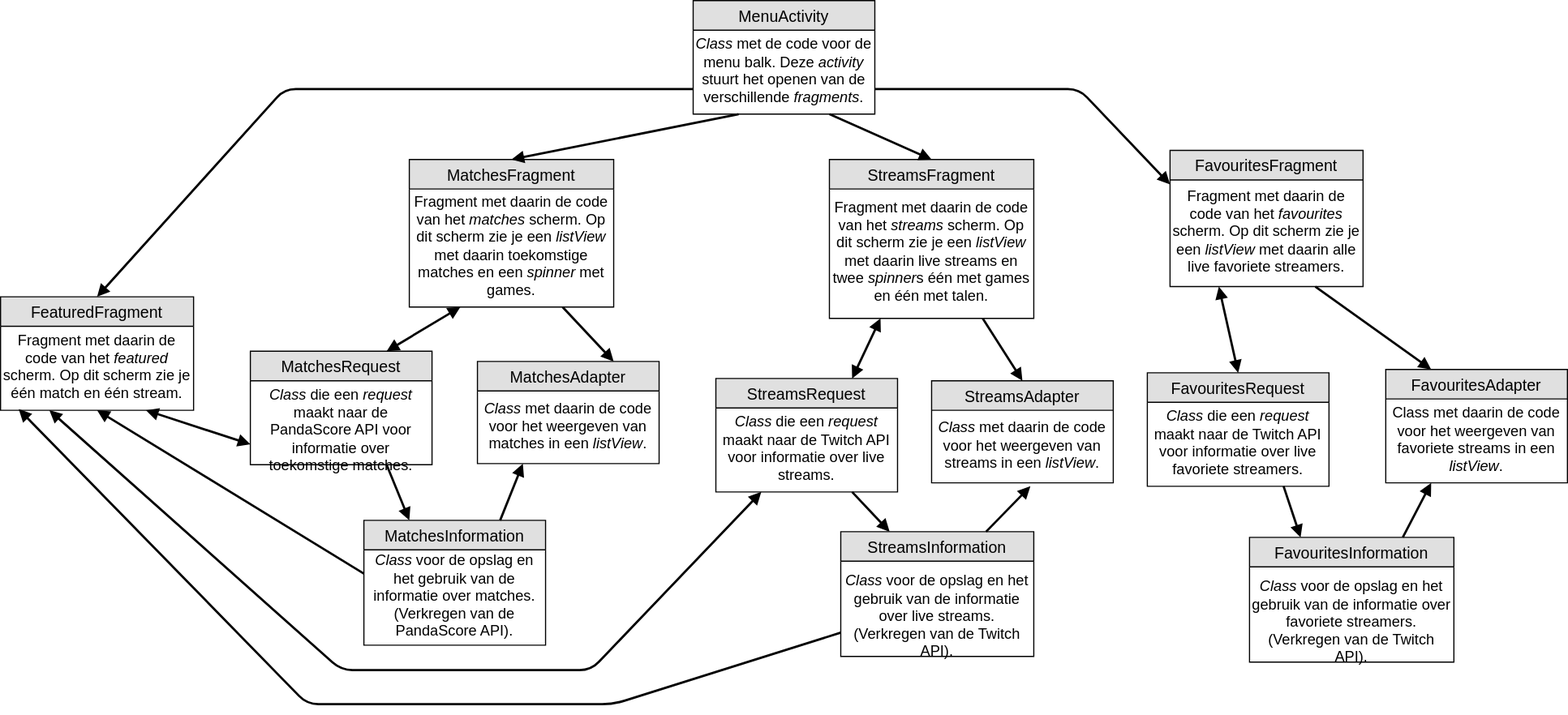
Before: doc/Technical_design.svg, a diagram exported from draw.io (10810765/Programmeerproject). Source tidied: cells renumbered, new cells last; positions are measured from the earlier drawing's top-left corner, leaving out a move shared by most shapes.
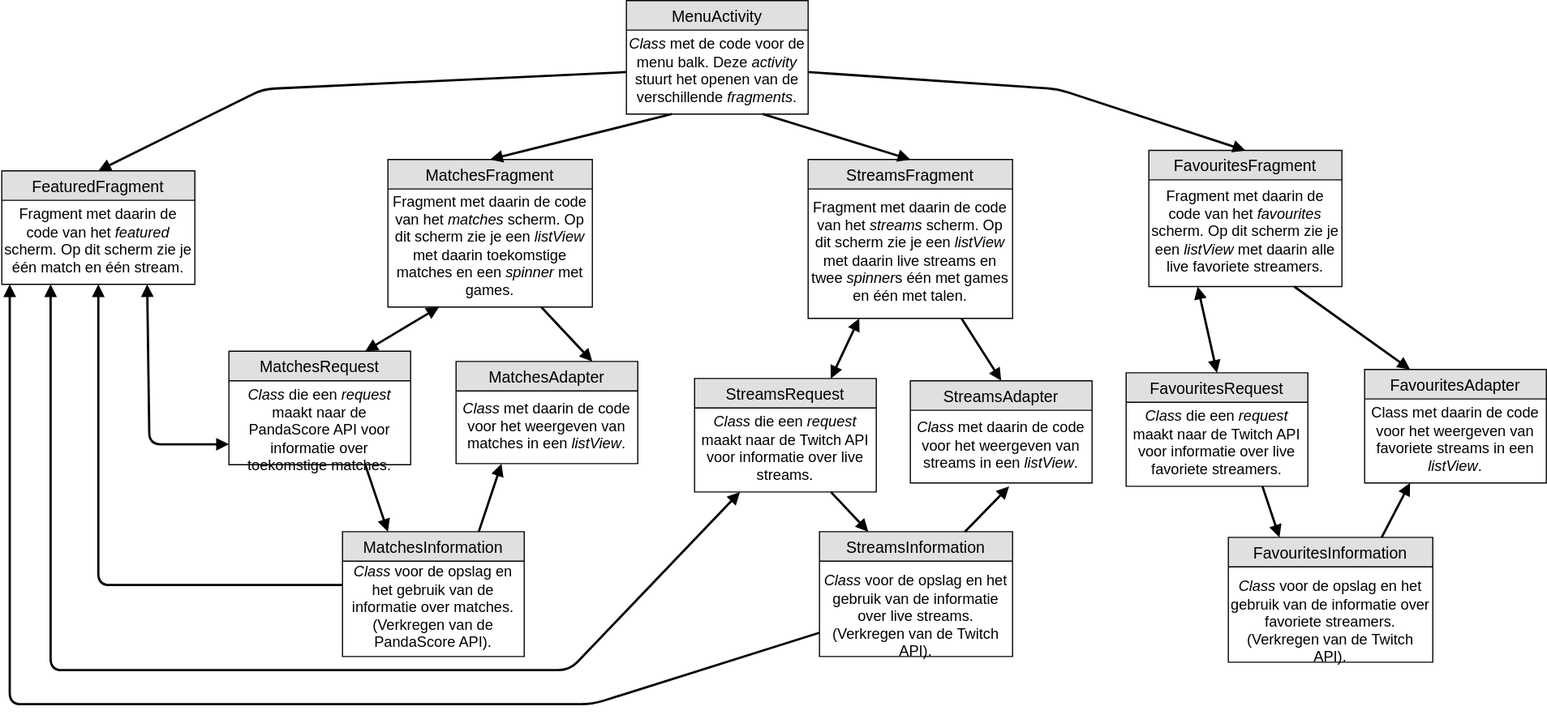
After the change.

What changed in the source:
```diff
@@ -27,7 +27,7 @@
       <mxGeometry y="26" width="160" height="64" as="geometry" />
     </mxCell>
     <mxCell id="10" value="MenuActivity" style="swimlane;fontStyle=0;horizontal=1;startSize=26;fillColor=#e0e0e0;swimlaneFillColor=#ffffff;align=center;fontSize=14;" parent="1" vertex="1">
-      <mxGeometry x="610" width="160" height="100" as="geometry" />
+      <mxGeometry x="570" width="160" height="100" as="geometry" />
     </mxCell>
     <mxCell id="11" value="&lt;i style=&quot;font-size: 13px;&quot;&gt;Class&lt;/i&gt; met de code voor de menu balk. Deze &lt;i style=&quot;font-size: 13px;&quot;&gt;activity &lt;/i&gt;stuurt het openen van de verschillende &lt;i style=&quot;font-size: 13px;&quot;&gt;fragments&lt;/i&gt;." style="text;html=1;strokeColor=none;fillColor=none;align=center;verticalAlign=middle;whiteSpace=wrap;rounded=0;spacingTop=-1;spacingLeft=1;spacingRight=1;fontSize=13;" parent="10" vertex="1">
       <mxGeometry y="26" width="160" height="74" as="geometry" />
@@ -39,7 +39,7 @@
       <mxGeometry y="26" width="160" height="74" as="geometry" />
     </mxCell>
     <mxCell id="14" value="MatchesInformation" style="swimlane;fontStyle=0;horizontal=1;startSize=26;fillColor=#e0e0e0;swimlaneFillColor=#ffffff;align=center;fontSize=14;" parent="1" vertex="1">
-      <mxGeometry x="320" y="458" width="160" height="110" as="geometry" />
+      <mxGeometry x="320" y="468" width="160" height="110" as="geometry" />
     </mxCell>
     <mxCell id="15" value="&lt;i style=&quot;font-size: 13px;&quot;&gt;Class&lt;/i&gt; voor de opslag en het gebruik van de informatie over matches. (Verkregen van de PandaScore API)." style="text;html=1;strokeColor=none;fillColor=none;align=center;verticalAlign=middle;whiteSpace=wrap;rounded=0;fontSize=13;" parent="14" vertex="1">
       <mxGeometry y="26" width="160" height="84" as="geometry" />
@@ -57,7 +57,7 @@
       <mxGeometry y="26" width="160" height="64" as="geometry" />
     </mxCell>
     <mxCell id="20" value="FeaturedFragment" style="swimlane;fontStyle=0;horizontal=1;startSize=26;fillColor=#e0e0e0;swimlaneFillColor=#ffffff;align=center;fontSize=14;" parent="1" vertex="1">
-      <mxGeometry y="261" width="170" height="100" as="geometry" />
+      <mxGeometry x="20" y="150" width="170" height="100" as="geometry" />
     </mxCell>
     <mxCell id="21" value="Fragment met daarin de code van het &lt;i style=&quot;font-size: 13px;&quot;&gt;featured&lt;/i&gt; scherm. Op dit scherm zie je één match en één stream." style="text;html=1;strokeColor=none;fillColor=none;align=center;verticalAlign=middle;whiteSpace=wrap;rounded=0;fontSize=13;" parent="20" vertex="1">
       <mxGeometry y="26" width="170" height="74" as="geometry" />
@@ -89,9 +89,8 @@
     <mxCell id="30" style="endArrow=none;html=1;exitX=0.5;exitY=0;exitDx=0;exitDy=0;startArrow=block;startFill=1;endFill=0;entryX=0.25;entryY=1;entryDx=0;entryDy=0;strokeWidth=2;" parent="1" edge="1" source="16" target="10">
       <mxGeometry relative="1" as="geometry" />
     </mxCell>
-    <mxCell id="31" style="endArrow=none;html=1;exitX=0.5;exitY=0;exitDx=0;exitDy=0;entryX=0;entryY=0.5;entryDx=0;entryDy=0;startArrow=block;startFill=1;endFill=0;strokeWidth=2;" parent="1" edge="1" source="20">
+    <mxCell id="31" style="endArrow=none;html=1;exitX=0.5;exitY=0;exitDx=0;exitDy=0;entryX=0;entryY=0.5;entryDx=0;entryDy=0;startArrow=block;startFill=1;endFill=0;strokeWidth=2;" parent="1" edge="1" source="20" target="11">
       <mxGeometry relative="1" as="geometry">
-        <mxPoint x="610" y="78" as="targetPoint" />
         <Array as="points">
           <mxPoint x="250" y="78" />
         </Array>
@@ -100,9 +99,8 @@
     <mxCell id="32" style="endArrow=none;html=1;exitX=0.5;exitY=0;exitDx=0;exitDy=0;startArrow=block;startFill=1;endFill=0;entryX=0.75;entryY=1;entryDx=0;entryDy=0;strokeWidth=2;" parent="1" edge="1" source="6" target="10">
       <mxGeometry relative="1" as="geometry" />
     </mxCell>
-    <mxCell id="33" style="endArrow=none;html=1;entryX=1;entryY=0.5;entryDx=0;entryDy=0;endFill=0;startArrow=block;startFill=1;exitX=0;exitY=0.25;exitDx=0;exitDy=0;strokeWidth=2;" parent="1" edge="1" source="26">
+    <mxCell id="33" style="endArrow=none;html=1;entryX=1;entryY=0.5;entryDx=0;entryDy=0;endFill=0;startArrow=block;startFill=1;exitX=0.5;exitY=0;exitDx=0;exitDy=0;strokeWidth=2;" parent="1" edge="1" source="26" target="11">
       <mxGeometry relative="1" as="geometry">
-        <mxPoint x="770" y="78" as="targetPoint" />
         <Array as="points">
           <mxPoint x="950" y="78" />
         </Array>
@@ -138,13 +136,18 @@
       <mxGeometry relative="1" as="geometry" />
     </mxCell>
     <mxCell id="43" style="endArrow=block;html=1;entryX=0.75;entryY=1;entryDx=0;entryDy=0;exitX=0;exitY=0.75;exitDx=0;exitDy=0;endFill=1;startArrow=block;startFill=1;strokeWidth=2;" parent="1" edge="1" source="13" target="21">
-      <mxGeometry relative="1" as="geometry" />
+      <mxGeometry relative="1" as="geometry">
+        <Array as="points">
+          <mxPoint x="150" y="391" />
+        </Array>
+      </mxGeometry>
     </mxCell>
     <mxCell id="44" style="endArrow=block;html=1;endFill=1;startArrow=block;startFill=1;strokeWidth=2;exitX=0.25;exitY=1;exitDx=0;exitDy=0;entryX=0.25;entryY=1;entryDx=0;entryDy=0;" parent="1" edge="1" source="3" target="21">
       <mxGeometry relative="1" as="geometry">
         <Array as="points">
           <mxPoint x="520" y="590" />
           <mxPoint x="300" y="590" />
+          <mxPoint x="63" y="590" />
         </Array>
       </mxGeometry>
     </mxCell>
@@ -158,14 +161,19 @@
       <mxGeometry relative="1" as="geometry" />
     </mxCell>
     <mxCell id="48" style="endArrow=block;html=1;strokeWidth=2;entryX=0.5;entryY=1;entryDx=0;entryDy=0;exitX=0;exitY=0.25;exitDx=0;exitDy=0;endFill=1;" parent="1" edge="1" source="15" target="21">
-      <mxGeometry relative="1" as="geometry" />
+      <mxGeometry relative="1" as="geometry">
+        <Array as="points">
+          <mxPoint x="105" y="515" />
+        </Array>
+      </mxGeometry>
     </mxCell>
     <mxCell id="49" style="endArrow=block;html=1;strokeWidth=2;exitX=0;exitY=0.75;exitDx=0;exitDy=0;endFill=1;" parent="1" edge="1" source="5">
       <mxGeometry relative="1" as="geometry">
-        <mxPoint x="16" y="360" as="targetPoint" />
+        <mxPoint x="27" y="250" as="targetPoint" />
         <Array as="points">
           <mxPoint x="540" y="620" />
           <mxPoint x="270" y="620" />
+          <mxPoint x="27" y="620" />
         </Array>
       </mxGeometry>
     </mxCell>
```
